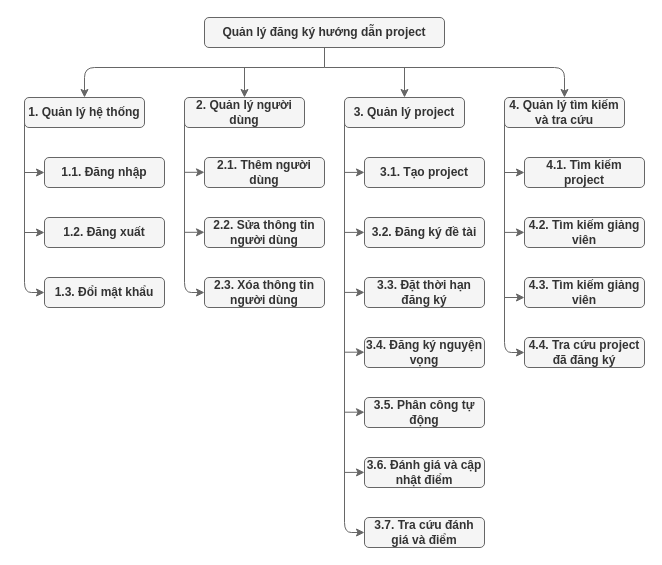
Earlier version of the draw.io diagram page "SDCN" (1 of 17) of doc/QuanLyDoAn.drawio (lampn0/quan_ly_do_an_20211). Source tidied: cells renumbered, new cells numbered last; positions are measured from the earlier drawing's top-left corner, leaving out a move shared by most shapes. Both pictures are drawn from the tidied source at 100%, with x=0, y=0 at pixel (24, 17).
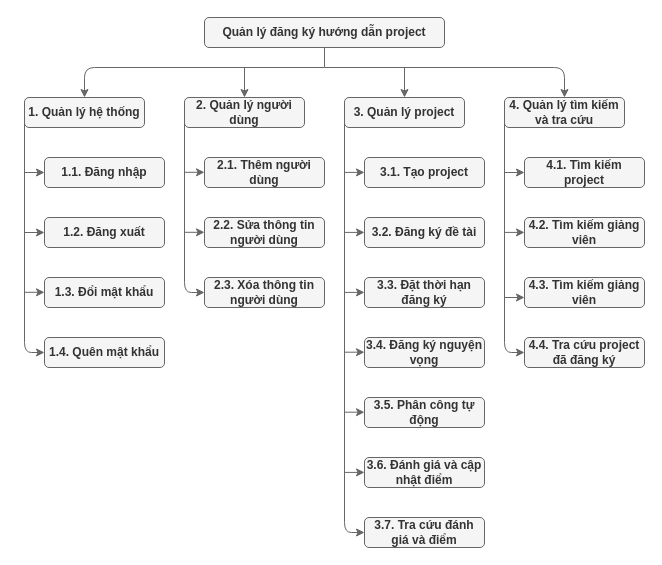
The same page after the edit.

Unchanged cells that the change refers to:
```xml
<mxCell id="3" value="1. Quản lý hệ thống" style="rounded=1;whiteSpace=wrap;html=1;fontStyle=1;fillColor=#f5f5f5;strokeColor=#666666;fontColor=#333333;glass=0;" parent="1" vertex="1">
  <mxGeometry y="80" width="120" height="30" as="geometry" />
</mxCell>
<mxCell id="12" value="1.3. Đổi mật khẩu" style="rounded=1;whiteSpace=wrap;html=1;fontStyle=1;fillColor=#f5f5f5;strokeColor=#666666;fontColor=#333333;glass=0;" parent="1" vertex="1">
  <mxGeometry x="20" y="260" width="120" height="30" as="geometry" />
</mxCell>
```

The edit, as a diff of the source:
```diff
@@
-    <mxCell id="29" style="endArrow=classic;html=1;exitX=0;exitY=0.75;exitDx=0;exitDy=0;entryX=0;entryY=0.5;entryDx=0;entryDy=0;fillColor=#f5f5f5;strokeColor=#666666;" parent="1" edge="1" source="3" target="12">
+    <mxCell id="29" style="endArrow=classic;html=1;exitX=0;exitY=0.75;exitDx=0;exitDy=0;entryX=0;entryY=0.5;entryDx=0;entryDy=0;fillColor=#f5f5f5;strokeColor=#666666;" parent="1" edge="1" source="3" target="46">
       <mxGeometry relative="1" as="geometry">
         <Array as="points">
-          <mxPoint y="275" />
+          <mxPoint y="335" />
         </Array>
       </mxGeometry>
     </mxCell>
@@
+    <mxCell id="46" value="1.4. Quên mật khẩu" style="rounded=1;whiteSpace=wrap;html=1;fontStyle=1;fillColor=#f5f5f5;strokeColor=#666666;fontColor=#333333;glass=0;" parent="1" vertex="1">
+      <mxGeometry x="20" y="320" width="120" height="30" as="geometry" />
+    </mxCell>
+    <mxCell id="47" style="endArrow=classic;html=1;fillColor=#f5f5f5;strokeColor=#666666;" parent="1" edge="1">
+      <mxGeometry relative="1" as="geometry">
+        <mxPoint y="274.8" as="sourcePoint" />
+        <mxPoint x="20" y="274.8" as="targetPoint" />
+      </mxGeometry>
+    </mxCell>
```
